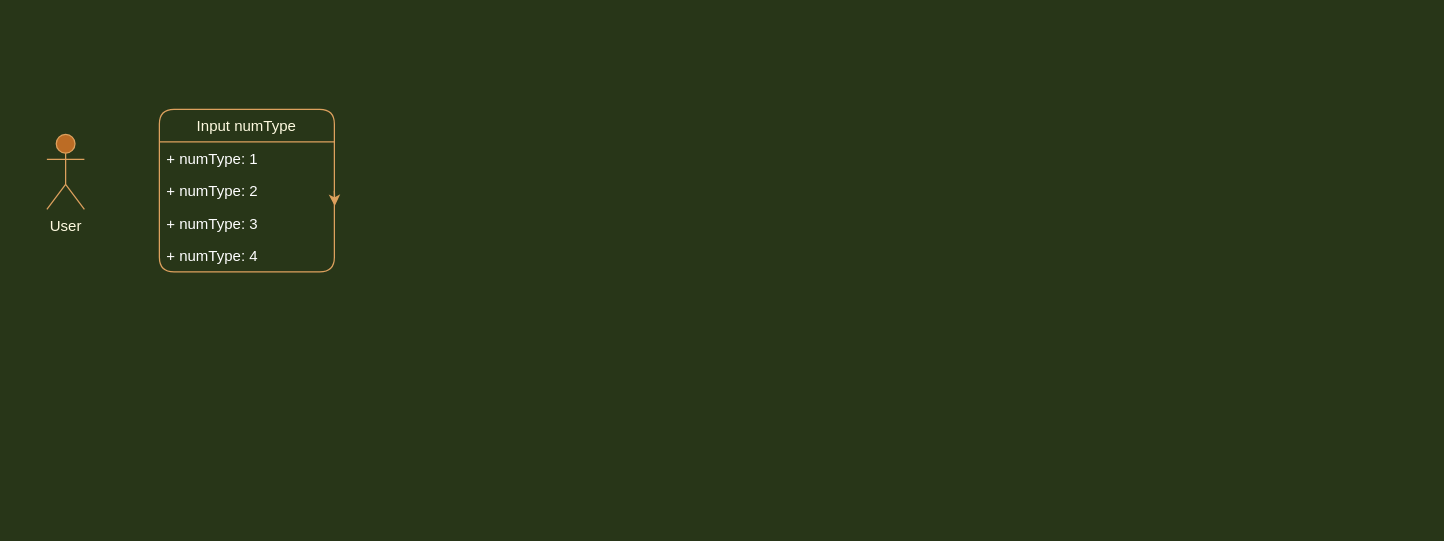
The draw.io diagram BlockDiagram.drawio in XYIAN/numConverter_groupH, before the edit. Source tidied: cells renumbered, new cells numbered last; positions are measured from the earlier drawing's top-left corner, leaving out a move shared by most shapes. Both pictures are drawn from the tidied source at 125%, with x=0, y=0 at pixel (46, 109).
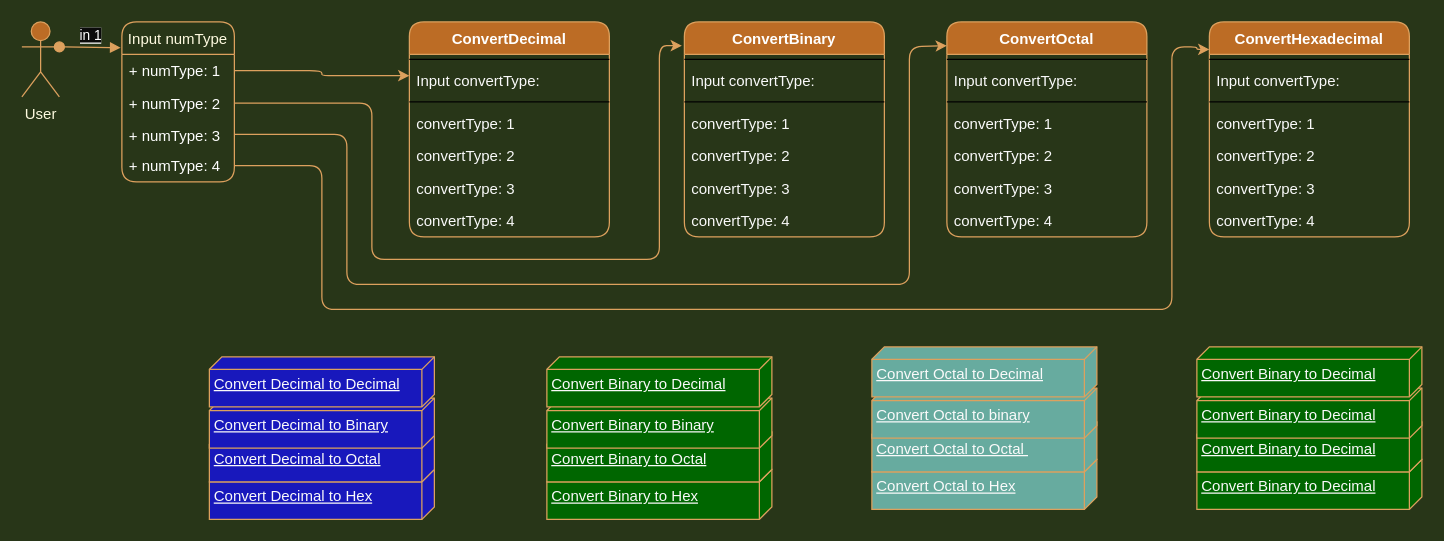
Above is the later version.

Diff of the diagram source:
```diff
@@
     <mxCell id="2" value="User" style="shape=umlActor;verticalLabelPosition=bottom;verticalAlign=top;html=1;rounded=1;sketch=0;strokeColor=#DDA15E;fillColor=#BC6C25;fontColor=#FEFAE0;" parent="1" vertex="1">
-      <mxGeometry y="20" width="30" height="60" as="geometry" />
+      <mxGeometry x="-20" y="-70" width="30" height="60" as="geometry" />
     </mxCell>
     <mxCell id="3" value="Input numType" style="swimlane;fontStyle=0;horizontal=1;startSize=26;fillColor=none;rounded=1;sketch=0;strokeColor=#DDA15E;fontColor=#FEFAE0;" parent="1" vertex="1">
-      <mxGeometry x="90" width="140" height="130" as="geometry" />
+      <mxGeometry x="60" y="-70" width="90" height="128" as="geometry" />
     </mxCell>
     <mxCell id="4" value="+ numType: 1 " style="text;strokeColor=none;fillColor=none;align=left;verticalAlign=top;spacingLeft=4;spacingRight=4;overflow=hidden;points=[[0,0.5],[1,0.5]];portConstraint=eastwest;fontColor=#FFFFFF;" parent="3" vertex="1">
-      <mxGeometry y="26" width="140" height="26" as="geometry" />
+      <mxGeometry y="26" width="90" height="26" as="geometry" />
     </mxCell>
-    <mxCell id="5" style="edgeStyle=orthogonalEdgeStyle;curved=0;rounded=1;sketch=0;orthogonalLoop=1;jettySize=auto;html=1;exitX=1;exitY=0.5;exitDx=0;exitDy=0;entryX=1.002;entryY=0.974;entryDx=0;entryDy=0;entryPerimeter=0;strokeColor=#DDA15E;fillColor=#BC6C25;fontColor=#FEFAE0;" parent="3" edge="1">
-      <mxGeometry relative="1" as="geometry">
-        <mxPoint x="140" y="65" as="sourcePoint" />
-        <mxPoint x="140.3" y="77.3" as="targetPoint" />
-      </mxGeometry>
-    </mxCell>
     <mxCell id="6" value="+ numType: 2" style="text;strokeColor=none;fillColor=none;align=left;verticalAlign=top;spacingLeft=4;spacingRight=4;overflow=hidden;points=[[0,0.5],[1,0.5]];portConstraint=eastwest;fontColor=#FFFFFF;" parent="3" vertex="1">
-      <mxGeometry y="52" width="140" height="26" as="geometry" />
+      <mxGeometry y="52" width="90" height="26" as="geometry" />
     </mxCell>
     <mxCell id="7" value="+ numType: 3" style="text;strokeColor=none;fillColor=none;align=left;verticalAlign=top;spacingLeft=4;spacingRight=4;overflow=hidden;points=[[0,0.5],[1,0.5]];portConstraint=eastwest;fontColor=#FFFFFF;" parent="3" vertex="1">
-      <mxGeometry y="78" width="140" height="26" as="geometry" />
+      <mxGeometry y="78" width="90" height="24" as="geometry" />
     </mxCell>
     <mxCell id="8" value="+ numType: 4" style="text;strokeColor=none;fillColor=none;align=left;verticalAlign=top;spacingLeft=4;spacingRight=4;overflow=hidden;points=[[0,0.5],[1,0.5]];portConstraint=eastwest;fontColor=#FFFFFF;" parent="3" vertex="1">
-      <mxGeometry y="104" width="140" height="26" as="geometry" />
+      <mxGeometry y="102" width="90" height="26" as="geometry" />
     </mxCell>
+    <mxCell id="9" value="&lt;span style=&quot;background-color: rgb(10 , 10 , 10)&quot;&gt;in 1&lt;/span&gt;" style="html=1;verticalAlign=bottom;startArrow=oval;startFill=1;endArrow=block;startSize=8;strokeColor=#DDA15E;fillColor=#BC6C25;fontColor=#FFFFFF;exitX=1;exitY=0.3333333333333333;exitDx=0;exitDy=0;exitPerimeter=0;entryX=-0.011;entryY=0.161;entryDx=0;entryDy=0;entryPerimeter=0;" parent="1" edge="1" source="2" target="3">
+      <mxGeometry relative="1" as="geometry" />
+    </mxCell>
+    <mxCell id="10" value="ConvertDecimal" style="swimlane;fontStyle=1;align=center;verticalAlign=top;horizontal=1;startSize=26;rounded=1;sketch=0;strokeColor=#DDA15E;fillColor=#BC6C25;fontColor=#FFFFFF;" parent="1" vertex="1">
+      <mxGeometry x="290" y="-70" width="160" height="172" as="geometry" />
+    </mxCell>
+    <mxCell id="11" style="line;strokeWidth=1;fillColor=none;align=left;verticalAlign=middle;spacingTop=-1;spacingLeft=3;spacingRight=3;labelPosition=right;" parent="10" vertex="1">
+      <mxGeometry y="26" width="160" height="8" as="geometry" />
+    </mxCell>
+    <mxCell id="12" value="Input convertType:" style="text;strokeColor=none;fillColor=none;align=left;verticalAlign=top;spacingLeft=4;spacingRight=4;overflow=hidden;fontColor=#FAFAFA;" parent="10" vertex="1">
+      <mxGeometry y="34" width="160" height="26" as="geometry" />
+    </mxCell>
+    <mxCell id="13" style="line;strokeWidth=1;fillColor=none;align=left;verticalAlign=middle;spacingTop=-1;spacingLeft=3;spacingRight=3;labelPosition=right;rounded=1;sketch=0;fontColor=#FAFAFA;" parent="10" vertex="1">
+      <mxGeometry y="60" width="160" height="8" as="geometry" />
+    </mxCell>
+    <mxCell id="14" value="convertType: 1" style="text;strokeColor=none;fillColor=none;align=left;verticalAlign=top;spacingLeft=4;spacingRight=4;overflow=hidden;fontColor=#FAFAFA;" parent="10" vertex="1">
+      <mxGeometry y="68" width="160" height="26" as="geometry" />
+    </mxCell>
+    <mxCell id="15" value="convertType: 2" style="text;strokeColor=none;fillColor=none;align=left;verticalAlign=top;spacingLeft=4;spacingRight=4;overflow=hidden;fontColor=#FAFAFA;" parent="10" vertex="1">
+      <mxGeometry y="94" width="160" height="26" as="geometry" />
+    </mxCell>
+    <mxCell id="16" value="convertType: 3" style="text;strokeColor=none;fillColor=none;align=left;verticalAlign=top;spacingLeft=4;spacingRight=4;overflow=hidden;fontColor=#FAFAFA;" parent="10" vertex="1">
+      <mxGeometry y="120" width="160" height="26" as="geometry" />
+    </mxCell>
+    <mxCell id="17" value="convertType: 4" style="text;strokeColor=none;fillColor=none;align=left;verticalAlign=top;spacingLeft=4;spacingRight=4;overflow=hidden;fontColor=#FAFAFA;" parent="10" vertex="1">
+      <mxGeometry y="146" width="160" height="26" as="geometry" />
+    </mxCell>
+    <mxCell id="18" style="edgeStyle=elbowEdgeStyle;rounded=1;sketch=0;jettySize=auto;html=1;entryX=0;entryY=0.25;entryDx=0;entryDy=0;strokeColor=#DDA15E;fillColor=#BC6C25;fontColor=#FAFAFA;" parent="1" edge="1" source="4" target="10">
+      <mxGeometry relative="1" as="geometry" />
+    </mxCell>
+    <mxCell id="19" value="ConvertBinary&#10;" style="swimlane;fontStyle=1;align=center;verticalAlign=top;horizontal=1;startSize=26;rounded=1;sketch=0;strokeColor=#DDA15E;fillColor=#BC6C25;fontColor=#FFFFFF;" parent="1" vertex="1">
+      <mxGeometry x="510" y="-70" width="160" height="172" as="geometry" />
+    </mxCell>
+    <mxCell id="20" style="line;strokeWidth=1;fillColor=none;align=left;verticalAlign=middle;spacingTop=-1;spacingLeft=3;spacingRight=3;labelPosition=right;" parent="19" vertex="1">
+      <mxGeometry y="26" width="160" height="8" as="geometry" />
+    </mxCell>
+    <mxCell id="21" value="Input convertType:" style="text;strokeColor=none;fillColor=none;align=left;verticalAlign=top;spacingLeft=4;spacingRight=4;overflow=hidden;fontColor=#FAFAFA;" parent="19" vertex="1">
+      <mxGeometry y="34" width="160" height="26" as="geometry" />
+    </mxCell>
+    <mxCell id="22" style="line;strokeWidth=1;fillColor=none;align=left;verticalAlign=middle;spacingTop=-1;spacingLeft=3;spacingRight=3;labelPosition=right;rounded=1;sketch=0;fontColor=#FAFAFA;" parent="19" vertex="1">
+      <mxGeometry y="60" width="160" height="8" as="geometry" />
+    </mxCell>
+    <mxCell id="23" value="convertType: 1" style="text;strokeColor=none;fillColor=none;align=left;verticalAlign=top;spacingLeft=4;spacingRight=4;overflow=hidden;fontColor=#FAFAFA;" parent="19" vertex="1">
+      <mxGeometry y="68" width="160" height="26" as="geometry" />
+    </mxCell>
+    <mxCell id="24" value="convertType: 2" style="text;strokeColor=none;fillColor=none;align=left;verticalAlign=top;spacingLeft=4;spacingRight=4;overflow=hidden;fontColor=#FAFAFA;" parent="19" vertex="1">
+      <mxGeometry y="94" width="160" height="26" as="geometry" />
+    </mxCell>
+    <mxCell id="25" value="convertType: 3" style="text;strokeColor=none;fillColor=none;align=left;verticalAlign=top;spacingLeft=4;spacingRight=4;overflow=hidden;fontColor=#FAFAFA;" parent="19" vertex="1">
+      <mxGeometry y="120" width="160" height="26" as="geometry" />
+    </mxCell>
+    <mxCell id="26" value="convertType: 4" style="text;strokeColor=none;fillColor=none;align=left;verticalAlign=top;spacingLeft=4;spacingRight=4;overflow=hidden;fontColor=#FAFAFA;" parent="19" vertex="1">
+      <mxGeometry y="146" width="160" height="26" as="geometry" />
+    </mxCell>
+    <mxCell id="27" value="ConvertOctal" style="swimlane;fontStyle=1;align=center;verticalAlign=top;horizontal=1;startSize=26;rounded=1;sketch=0;strokeColor=#DDA15E;fillColor=#BC6C25;fontColor=#FFFFFF;" parent="1" vertex="1">
+      <mxGeometry x="720" y="-70" width="160" height="172" as="geometry" />
+    </mxCell>
+    <mxCell id="28" style="line;strokeWidth=1;fillColor=none;align=left;verticalAlign=middle;spacingTop=-1;spacingLeft=3;spacingRight=3;labelPosition=right;" parent="27" vertex="1">
+      <mxGeometry y="26" width="160" height="8" as="geometry" />
+    </mxCell>
+    <mxCell id="29" value="Input convertType:" style="text;strokeColor=none;fillColor=none;align=left;verticalAlign=top;spacingLeft=4;spacingRight=4;overflow=hidden;fontColor=#FAFAFA;" parent="27" vertex="1">
+      <mxGeometry y="34" width="160" height="26" as="geometry" />
+    </mxCell>
+    <mxCell id="30" style="line;strokeWidth=1;fillColor=none;align=left;verticalAlign=middle;spacingTop=-1;spacingLeft=3;spacingRight=3;labelPosition=right;rounded=1;sketch=0;fontColor=#FAFAFA;" parent="27" vertex="1">
+      <mxGeometry y="60" width="160" height="8" as="geometry" />
+    </mxCell>
+    <mxCell id="31" value="convertType: 1" style="text;strokeColor=none;fillColor=none;align=left;verticalAlign=top;spacingLeft=4;spacingRight=4;overflow=hidden;fontColor=#FAFAFA;" parent="27" vertex="1">
+      <mxGeometry y="68" width="160" height="26" as="geometry" />
+    </mxCell>
+    <mxCell id="32" value="convertType: 2" style="text;strokeColor=none;fillColor=none;align=left;verticalAlign=top;spacingLeft=4;spacingRight=4;overflow=hidden;fontColor=#FAFAFA;" parent="27" vertex="1">
+      <mxGeometry y="94" width="160" height="26" as="geometry" />
+    </mxCell>
+    <mxCell id="33" value="convertType: 3" style="text;strokeColor=none;fillColor=none;align=left;verticalAlign=top;spacingLeft=4;spacingRight=4;overflow=hidden;fontColor=#FAFAFA;" parent="27" vertex="1">
+      <mxGeometry y="120" width="160" height="26" as="geometry" />
+    </mxCell>
+    <mxCell id="34" value="convertType: 4" style="text;strokeColor=none;fillColor=none;align=left;verticalAlign=top;spacingLeft=4;spacingRight=4;overflow=hidden;fontColor=#FAFAFA;" parent="27" vertex="1">
+      <mxGeometry y="146" width="160" height="26" as="geometry" />
+    </mxCell>
+    <mxCell id="35" value="ConvertHexadecimal&#10;" style="swimlane;fontStyle=1;align=center;verticalAlign=top;horizontal=1;startSize=26;rounded=1;sketch=0;strokeColor=#DDA15E;fillColor=#BC6C25;fontColor=#FFFFFF;" parent="1" vertex="1">
+      <mxGeometry x="930" y="-70" width="160" height="172" as="geometry" />
+    </mxCell>
+    <mxCell id="36" style="line;strokeWidth=1;fillColor=none;align=left;verticalAlign=middle;spacingTop=-1;spacingLeft=3;spacingRight=3;labelPosition=right;" parent="35" vertex="1">
+      <mxGeometry y="26" width="160" height="8" as="geometry" />
+    </mxCell>
+    <mxCell id="37" value="Input convertType:" style="text;strokeColor=none;fillColor=none;align=left;verticalAlign=top;spacingLeft=4;spacingRight=4;overflow=hidden;fontColor=#FAFAFA;" parent="35" vertex="1">
+      <mxGeometry y="34" width="160" height="26" as="geometry" />
+    </mxCell>
+    <mxCell id="38" style="line;strokeWidth=1;fillColor=none;align=left;verticalAlign=middle;spacingTop=-1;spacingLeft=3;spacingRight=3;labelPosition=right;rounded=1;sketch=0;fontColor=#FAFAFA;" parent="35" vertex="1">
+      <mxGeometry y="60" width="160" height="8" as="geometry" />
+    </mxCell>
+    <mxCell id="39" value="convertType: 1" style="text;strokeColor=none;fillColor=none;align=left;verticalAlign=top;spacingLeft=4;spacingRight=4;overflow=hidden;fontColor=#FAFAFA;" parent="35" vertex="1">
+      <mxGeometry y="68" width="160" height="26" as="geometry" />
+    </mxCell>
+    <mxCell id="40" value="convertType: 2" style="text;strokeColor=none;fillColor=none;align=left;verticalAlign=top;spacingLeft=4;spacingRight=4;overflow=hidden;fontColor=#FAFAFA;" parent="35" vertex="1">
+      <mxGeometry y="94" width="160" height="26" as="geometry" />
+    </mxCell>
+    <mxCell id="41" value="convertType: 3" style="text;strokeColor=none;fillColor=none;align=left;verticalAlign=top;spacingLeft=4;spacingRight=4;overflow=hidden;fontColor=#FAFAFA;" parent="35" vertex="1">
+      <mxGeometry y="120" width="160" height="26" as="geometry" />
+    </mxCell>
+    <mxCell id="42" value="convertType: 4" style="text;strokeColor=none;fillColor=none;align=left;verticalAlign=top;spacingLeft=4;spacingRight=4;overflow=hidden;fontColor=#FAFAFA;" parent="35" vertex="1">
+      <mxGeometry y="146" width="160" height="26" as="geometry" />
+    </mxCell>
+    <mxCell id="43" style="edgeStyle=orthogonalEdgeStyle;rounded=1;sketch=0;jettySize=auto;html=1;exitX=1;exitY=0.5;exitDx=0;exitDy=0;strokeColor=#DDA15E;fillColor=#BC6C25;fontColor=#FAFAFA;" parent="1" edge="1" source="6">
+      <mxGeometry relative="1" as="geometry">
+        <mxPoint x="508" y="-51" as="targetPoint" />
+        <Array as="points">
+          <mxPoint x="260" y="-5" />
+          <mxPoint x="260" y="120" />
+          <mxPoint x="490" y="120" />
+          <mxPoint x="490" y="-51" />
+        </Array>
+      </mxGeometry>
+    </mxCell>
+    <mxCell id="44" style="rounded=1;sketch=0;jettySize=auto;html=1;exitX=1;exitY=0.5;exitDx=0;exitDy=0;strokeColor=#DDA15E;fillColor=#BC6C25;fontColor=#FAFAFA;edgeStyle=orthogonalEdgeStyle;" parent="1" edge="1" source="7">
+      <mxGeometry relative="1" as="geometry">
+        <mxPoint x="720" y="-51" as="targetPoint" />
+        <Array as="points">
+          <mxPoint x="240" y="20" />
+          <mxPoint x="240" y="140" />
+          <mxPoint x="690" y="140" />
+          <mxPoint x="690" y="-50" />
+        </Array>
+      </mxGeometry>
+    </mxCell>
+    <mxCell id="45" style="edgeStyle=orthogonalEdgeStyle;rounded=1;sketch=0;jettySize=auto;html=1;exitX=1;exitY=0.5;exitDx=0;exitDy=0;strokeColor=#DDA15E;fillColor=#BC6C25;fontColor=#FAFAFA;" parent="1" edge="1" source="8" target="35">
+      <mxGeometry relative="1" as="geometry">
+        <Array as="points">
+          <mxPoint x="220" y="45" />
+          <mxPoint x="220" y="160" />
+          <mxPoint x="900" y="160" />
+          <mxPoint x="900" y="-50" />
+          <mxPoint x="920" y="-50" />
+          <mxPoint x="920" y="-48" />
+        </Array>
+      </mxGeometry>
+    </mxCell>
+    <mxCell id="46" value="Convert Decimal to Hex" style="verticalAlign=top;align=left;spacingTop=8;spacingLeft=2;spacingRight=12;shape=cube;size=10;direction=south;fontStyle=4;html=1;rounded=1;sketch=0;strokeColor=#DDA15E;fontColor=#FAFAFA;fillColor=#1818BC;" parent="1" vertex="1">
+      <mxGeometry x="130" y="288" width="180" height="40" as="geometry" />
+    </mxCell>
+    <mxCell id="47" value="Convert Decimal to Octal" style="verticalAlign=top;align=left;spacingTop=8;spacingLeft=2;spacingRight=12;shape=cube;size=10;direction=south;fontStyle=4;html=1;rounded=1;sketch=0;strokeColor=#DDA15E;fontColor=#FAFAFA;fillColor=#1818BC;" parent="1" vertex="1">
+      <mxGeometry x="130" y="258" width="180" height="40" as="geometry" />
+    </mxCell>
+    <mxCell id="48" value="Convert Decimal to Binary" style="verticalAlign=top;align=left;spacingTop=8;spacingLeft=2;spacingRight=12;shape=cube;size=10;direction=south;fontStyle=4;html=1;rounded=1;sketch=0;strokeColor=#DDA15E;fontColor=#FAFAFA;fillColor=#1818BC;" parent="1" vertex="1">
+      <mxGeometry x="130" y="231" width="180" height="40" as="geometry" />
+    </mxCell>
+    <mxCell id="49" value="Convert Decimal to Decimal" style="verticalAlign=top;align=left;spacingTop=8;spacingLeft=2;spacingRight=12;shape=cube;size=10;direction=south;fontStyle=4;html=1;rounded=1;sketch=0;strokeColor=#DDA15E;fontColor=#FAFAFA;fillColor=#1818BC;" parent="1" vertex="1">
+      <mxGeometry x="130" y="198" width="180" height="40" as="geometry" />
+    </mxCell>
+    <mxCell id="50" value="Convert Binary to Hex" style="verticalAlign=top;align=left;spacingTop=8;spacingLeft=2;spacingRight=12;shape=cube;size=10;direction=south;fontStyle=4;html=1;rounded=1;sketch=0;strokeColor=#DDA15E;fontColor=#FAFAFA;fillColor=#006600;" parent="1" vertex="1">
+      <mxGeometry x="400" y="288" width="180" height="40" as="geometry" />
+    </mxCell>
+    <mxCell id="51" value="Convert Binary to Octal" style="verticalAlign=top;align=left;spacingTop=8;spacingLeft=2;spacingRight=12;shape=cube;size=10;direction=south;fontStyle=4;html=1;rounded=1;sketch=0;strokeColor=#DDA15E;fontColor=#FAFAFA;fillColor=#006600;" parent="1" vertex="1">
+      <mxGeometry x="400" y="258" width="180" height="40" as="geometry" />
+    </mxCell>
+    <mxCell id="52" value="Convert Binary to Binary" style="verticalAlign=top;align=left;spacingTop=8;spacingLeft=2;spacingRight=12;shape=cube;size=10;direction=south;fontStyle=4;html=1;rounded=1;sketch=0;strokeColor=#DDA15E;fontColor=#FAFAFA;fillColor=#006600;" parent="1" vertex="1">
+      <mxGeometry x="400" y="231" width="180" height="40" as="geometry" />
+    </mxCell>
+    <mxCell id="53" value="Convert Binary to Decimal" style="verticalAlign=top;align=left;spacingTop=8;spacingLeft=2;spacingRight=12;shape=cube;size=10;direction=south;fontStyle=4;html=1;rounded=1;sketch=0;strokeColor=#DDA15E;fontColor=#FAFAFA;fillColor=#006600;" parent="1" vertex="1">
+      <mxGeometry x="400" y="198" width="180" height="40" as="geometry" />
+    </mxCell>
+    <mxCell id="54" value="Convert Binary to Decimal" style="verticalAlign=top;align=left;spacingTop=8;spacingLeft=2;spacingRight=12;shape=cube;size=10;direction=south;fontStyle=4;html=1;rounded=1;sketch=0;strokeColor=#DDA15E;fontColor=#FAFAFA;fillColor=#006600;" parent="1" vertex="1">
+      <mxGeometry x="920" y="280" width="180" height="40" as="geometry" />
+    </mxCell>
+    <mxCell id="55" value="Convert Binary to Decimal" style="verticalAlign=top;align=left;spacingTop=8;spacingLeft=2;spacingRight=12;shape=cube;size=10;direction=south;fontStyle=4;html=1;rounded=1;sketch=0;strokeColor=#DDA15E;fontColor=#FAFAFA;fillColor=#006600;" parent="1" vertex="1">
+      <mxGeometry x="920" y="250" width="180" height="40" as="geometry" />
+    </mxCell>
+    <mxCell id="56" value="Convert Binary to Decimal" style="verticalAlign=top;align=left;spacingTop=8;spacingLeft=2;spacingRight=12;shape=cube;size=10;direction=south;fontStyle=4;html=1;rounded=1;sketch=0;strokeColor=#DDA15E;fontColor=#FAFAFA;fillColor=#006600;" parent="1" vertex="1">
+      <mxGeometry x="920" y="223" width="180" height="40" as="geometry" />
+    </mxCell>
+    <mxCell id="57" value="Convert Binary to Decimal" style="verticalAlign=top;align=left;spacingTop=8;spacingLeft=2;spacingRight=12;shape=cube;size=10;direction=south;fontStyle=4;html=1;rounded=1;sketch=0;strokeColor=#DDA15E;fontColor=#FAFAFA;fillColor=#006600;" parent="1" vertex="1">
+      <mxGeometry x="920" y="190" width="180" height="40" as="geometry" />
+    </mxCell>
+    <mxCell id="58" value="Convert Octal to Hex" style="verticalAlign=top;align=left;spacingTop=8;spacingLeft=2;spacingRight=12;shape=cube;size=10;direction=south;fontStyle=4;html=1;rounded=1;sketch=0;strokeColor=#DDA15E;fontColor=#FAFAFA;fillColor=#67AB9F;" parent="1" vertex="1">
+      <mxGeometry x="660" y="280" width="180" height="40" as="geometry" />
+    </mxCell>
+    <mxCell id="59" value="Convert Octal to Octal&amp;nbsp;" style="verticalAlign=top;align=left;spacingTop=8;spacingLeft=2;spacingRight=12;shape=cube;size=10;direction=south;fontStyle=4;html=1;rounded=1;sketch=0;strokeColor=#DDA15E;fontColor=#FAFAFA;fillColor=#67AB9F;" parent="1" vertex="1">
+      <mxGeometry x="660" y="250" width="180" height="40" as="geometry" />
+    </mxCell>
+    <mxCell id="60" value="Convert Octal to binary" style="verticalAlign=top;align=left;spacingTop=8;spacingLeft=2;spacingRight=12;shape=cube;size=10;direction=south;fontStyle=4;html=1;rounded=1;sketch=0;strokeColor=#DDA15E;fontColor=#FAFAFA;fillColor=#67AB9F;" parent="1" vertex="1">
+      <mxGeometry x="660" y="223" width="180" height="40" as="geometry" />
+    </mxCell>
+    <mxCell id="61" value="Convert Octal to Decimal" style="verticalAlign=top;align=left;spacingTop=8;spacingLeft=2;spacingRight=12;shape=cube;size=10;direction=south;fontStyle=4;html=1;rounded=1;sketch=0;strokeColor=#DDA15E;fontColor=#FAFAFA;fillColor=#67AB9F;" parent="1" vertex="1">
+      <mxGeometry x="660" y="190" width="180" height="40" as="geometry" />
+    </mxCell>
```
